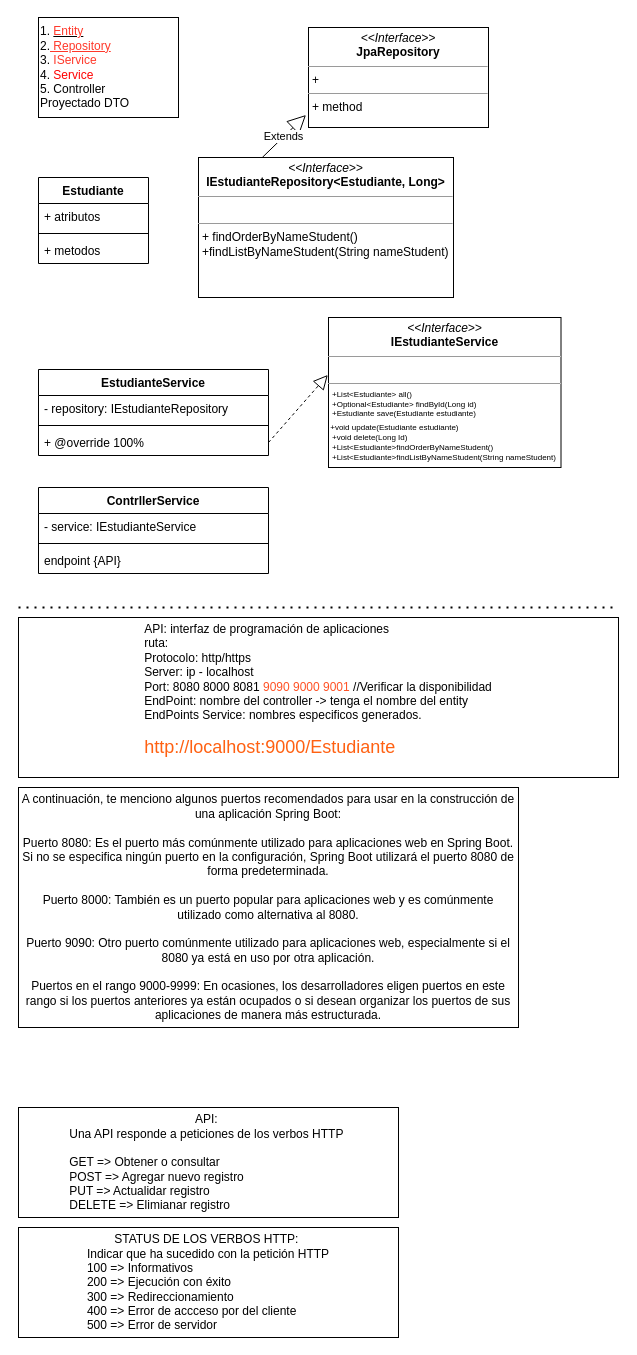
Above: SpringBoot/08-Sesión-03-08/Untitled Diagram.drawio in SunoNavarro/notas-hibernate (draw.io), before the change. Source tidied: cells renumbered, new cells numbered last; positions are measured from the earlier drawing's top-left corner, leaving out a move shared by most shapes. Both pictures are drawn from the tidied source at 100%, with x=0, y=0 at pixel (18, 17).
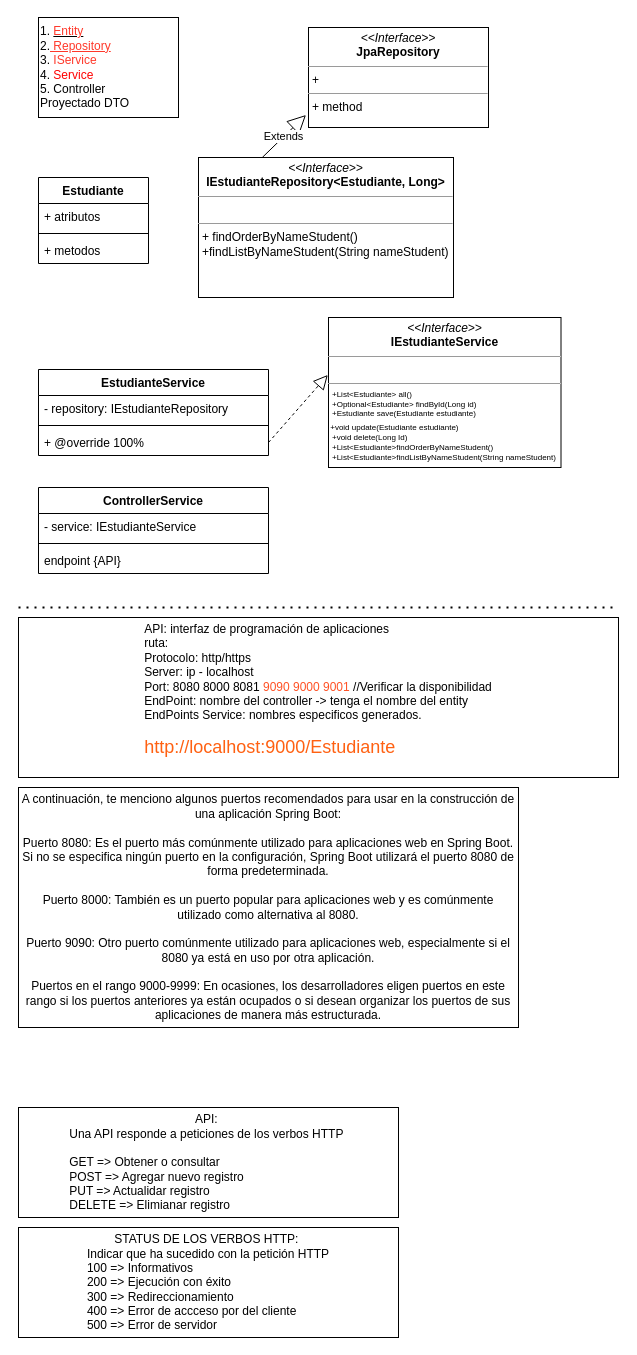
The same diagram, later.

Change to the diagram source:
```diff
@@
-    <mxCell id="16" value="ContrllerService" style="swimlane;fontStyle=1;align=center;verticalAlign=top;horizontal=1;startSize=26;whiteSpace=wrap;html=1;" parent="1" vertex="1">
+    <mxCell id="16" value="ControllerService" style="swimlane;fontStyle=1;align=center;verticalAlign=top;horizontal=1;startSize=26;whiteSpace=wrap;html=1;" parent="1" vertex="1">
       <mxGeometry x="20" y="470" width="230" height="86" as="geometry" />
     </mxCell>
```
